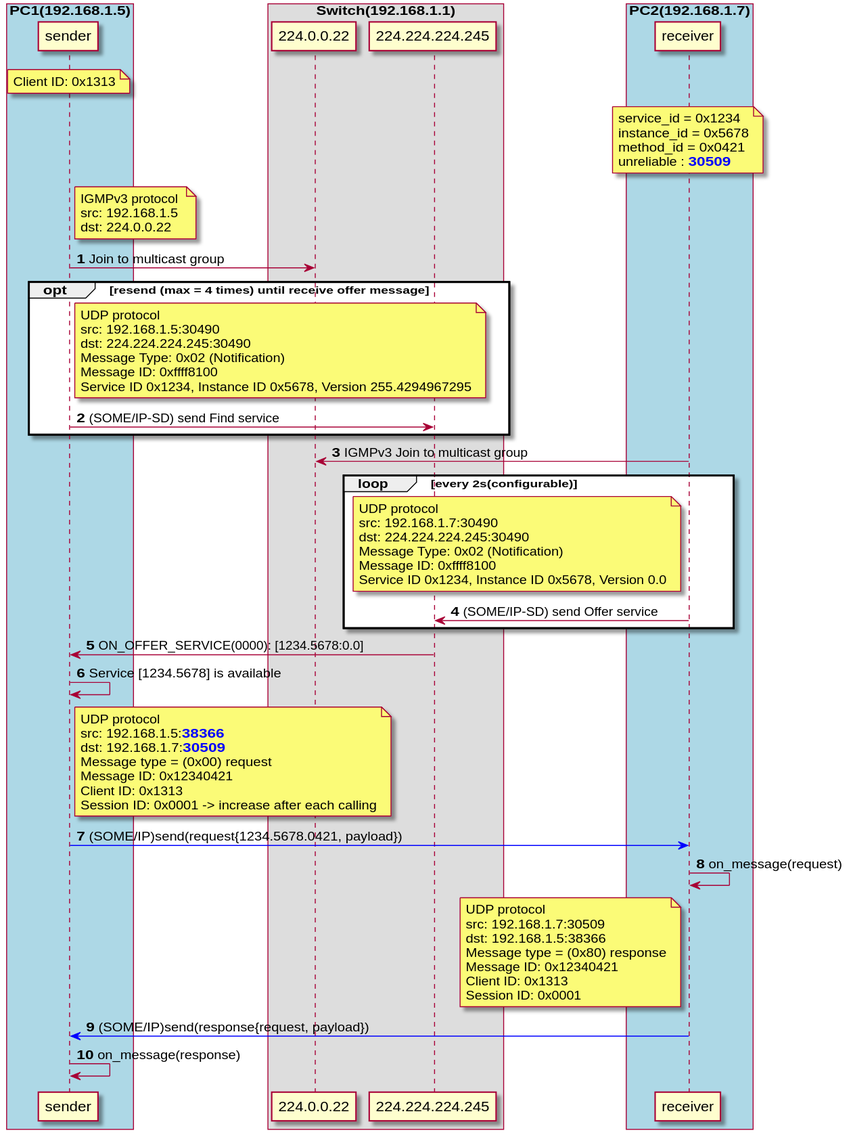
This is doc/design/OverView.svg from minhthedt/vsomeip-example, a PlantUML export, as it was before one commit.
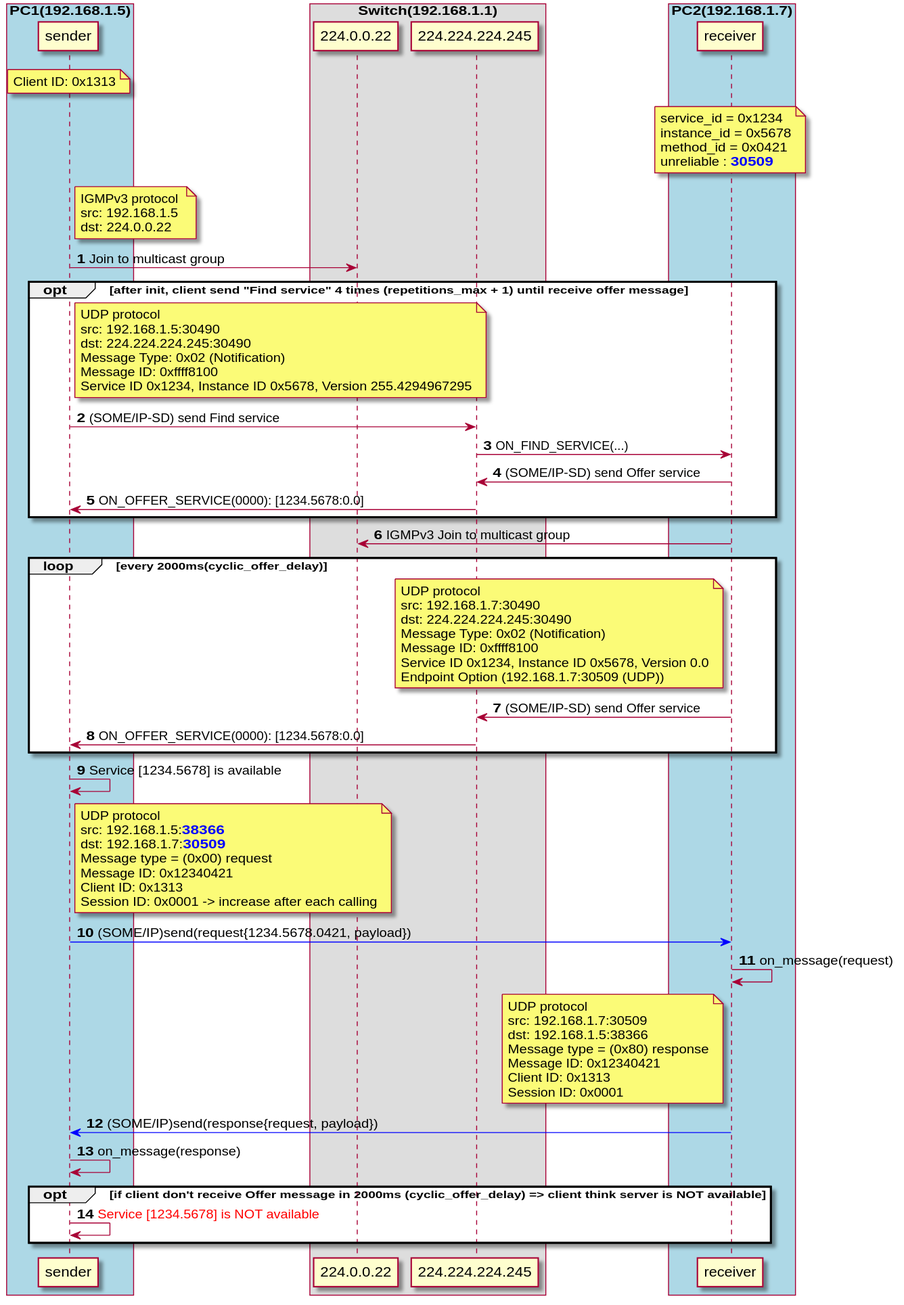
Later version of the same file.

Commit message:
Auto-render: update all PlantUML diagrams to SVG

The edit, as a diff of the source:
```diff
@@ -14,39 +14,44 @@
 end box
 note over client1: Client ID: 0x1313
 note over client2
-service_id = 0x1234
-instance_id = 0x5678
-method_id = 0x0421
-unreliable : **<color blue>30509</color>**
+    service_id = 0x1234
+    instance_id = 0x5678
+    method_id = 0x0421
+    unreliable : **<color blue>30509</color>**
 end note
 note right of client1: IGMPv3 protocol\nsrc: 192.168.1.5 \ndst: 224.0.0.22
 client1->router_igmp: Join to multicast group
 
-opt resend (max = 4 times) until receive offer message
+opt after init, client send "Find service" 4 times (repetitions_max + 1) until receive offer message
 note right of client1
-UDP protocol
-src: 192.168.1.5:30490
-dst: 224.224.224.245:30490
-Message Type: 0x02 (Notification)
-Message ID: 0xffff8100
-Service ID 0x1234, Instance ID 0x5678, Version 255.4294967295
+    UDP protocol
+    src: 192.168.1.5:30490
+    dst: 224.224.224.245:30490
+    Message Type: 0x02 (Notification)
+    Message ID: 0xffff8100
+    Service ID 0x1234, Instance ID 0x5678, Version 255.4294967295
 end note
 client1->rounter_mutilcast: (SOME/IP-SD) send Find service
+rounter_mutilcast->client2: ON_FIND_SERVICE(...)
+client2->rounter_mutilcast: (SOME/IP-SD) send Offer service
+rounter_mutilcast->client1: ON_OFFER_SERVICE(0000): [1234.5678:0.0]
 end
 client2->router_igmp: IGMPv3 Join to multicast group
-loop every 2s(configurable)
+loop every 2000ms(cyclic_offer_delay)
 note left of client2
-UDP protocol
-src: 192.168.1.7:30490
-dst: 224.224.224.245:30490
-Message Type: 0x02 (Notification)
-Message ID: 0xffff8100
-Service ID 0x1234, Instance ID 0x5678, Version 0.0
+    UDP protocol
+    src: 192.168.1.7:30490
+    dst: 224.224.224.245:30490
+    Message Type: 0x02 (Notification)
+    Message ID: 0xffff8100
+    Service ID 0x1234, Instance ID 0x5678, Version 0.0
+    Endpoint Option (192.168.1.7:30509 (UDP))
 end note
 client2->rounter_mutilcast: (SOME/IP-SD) send Offer service
+rounter_mutilcast->client1: ON_OFFER_SERVICE(0000): [1234.5678:0.0]
 end
 
-rounter_mutilcast->client1: ON_OFFER_SERVICE(0000): [1234.5678:0.0]
+
 client1->client1: Service [1234.5678] is available
 
 note right of client1
@@ -72,4 +77,7 @@
 end note
 client2-[#blue]>client1: (SOME/IP)send(response{request, payload})
 client1->client1: on_message(response)
+opt if client don't receive Offer message in 2000ms (cyclic_offer_delay) => client think server is NOT available
+client1->client1: <color red>Service [1234.5678] is NOT available </color>
+end
 @enduml
```
